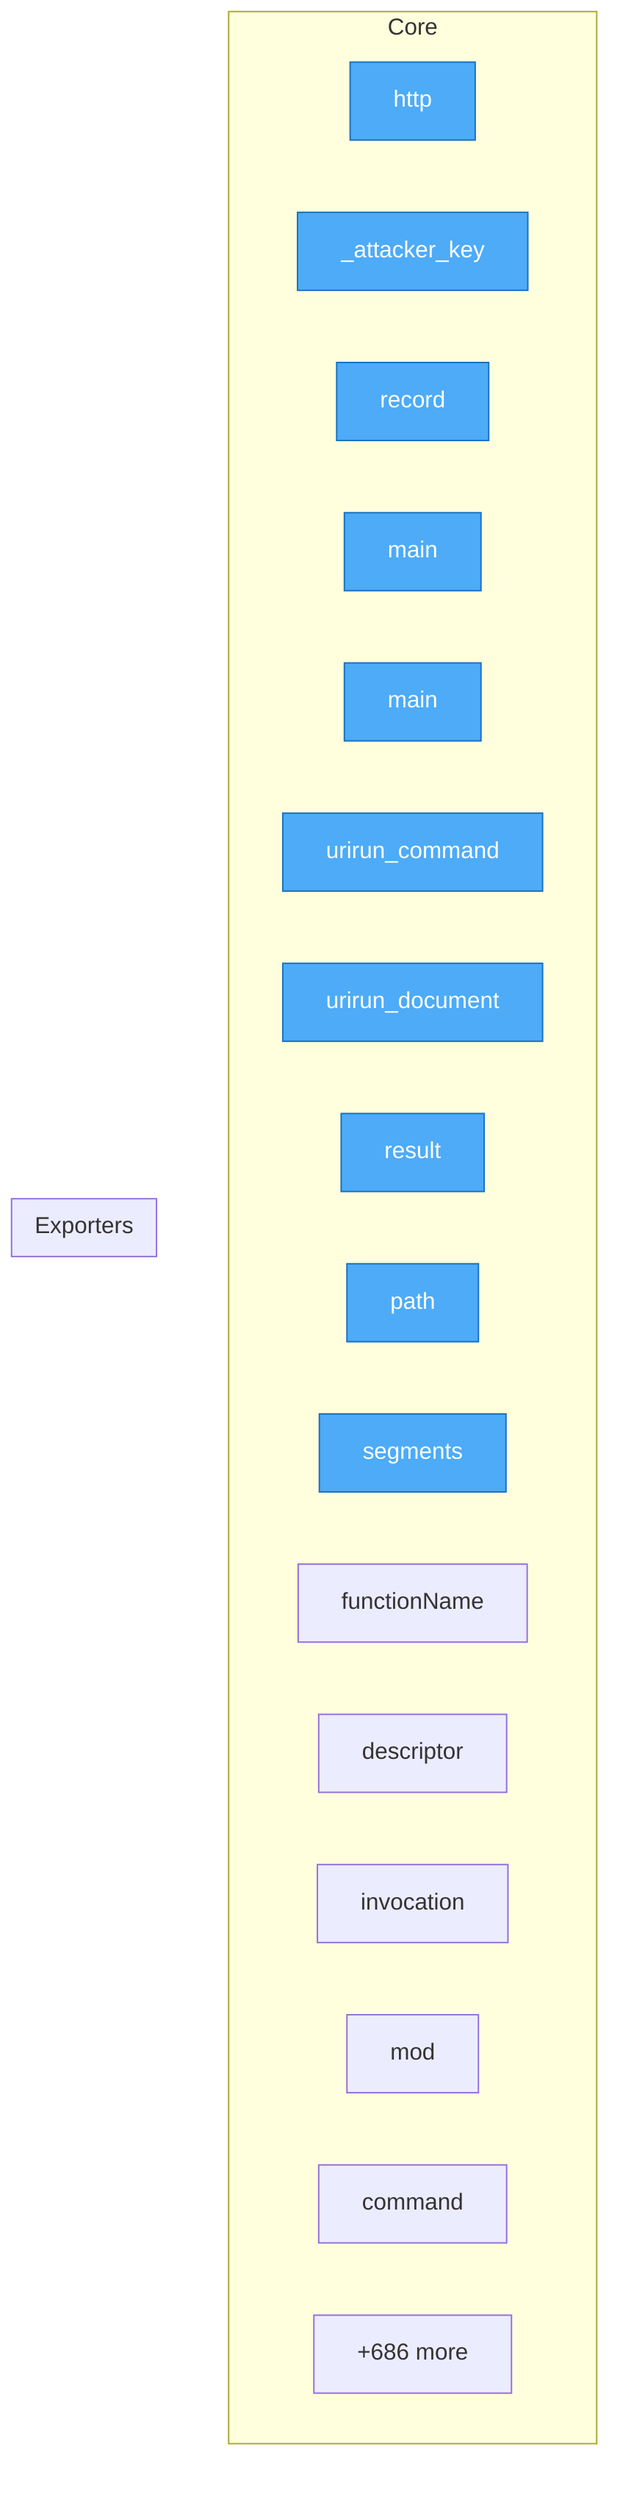
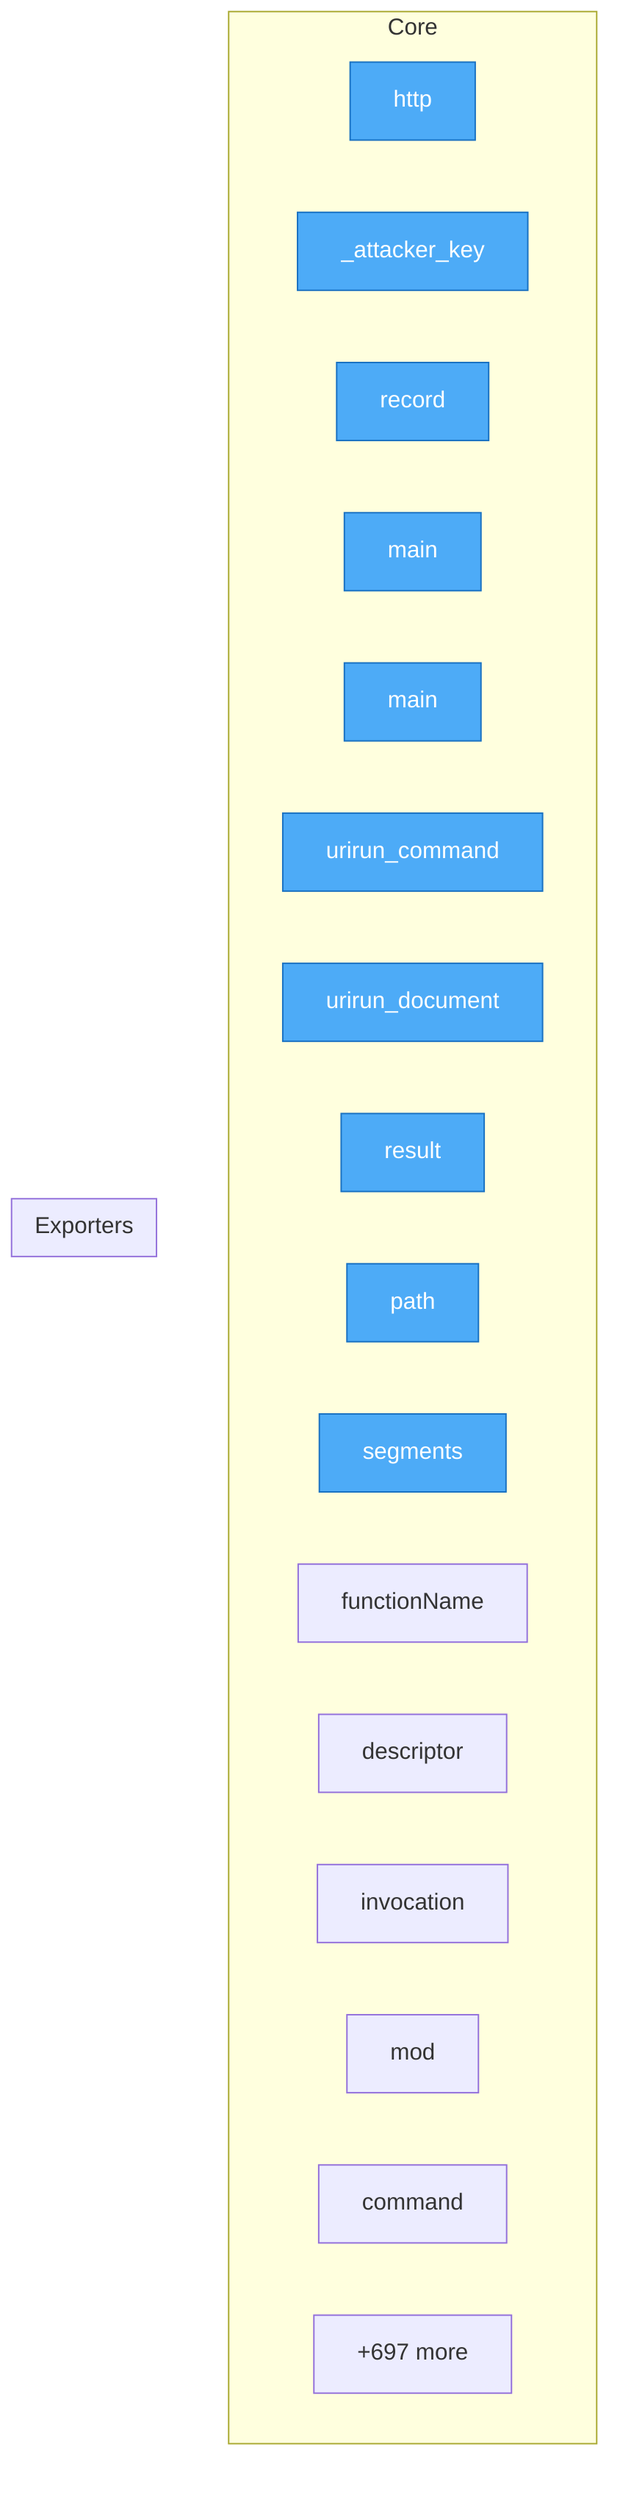
flowchart TD
%% generated in 0.04s

    %% Entry points (blue)
    classDef entry fill:#4dabf7,stroke:#1971c2,color:#fff

    subgraph Core
        security__mesh_probe__probe__http["http"]
        security__mesh_probe__probe___attacker_key["_attacker_key"]
        security__mesh_probe__probe__record["record"]
        adapters__conformance__main["main"]
        adapters__new_connector__main["main"]
        adapters__bash__urirun__urirun_command["urirun_command"]
        adapters__bash__urirun__urirun_document["urirun_document"]
        adapters__js__index__test__result["result"]
        adapters__js__path["path"]
        adapters__js__segments["segments"]
        adapters__js__functionName["functionName"]
        adapters__js__descriptor["descriptor"]
        adapters__js__invocation["invocation"]
        adapters__js__mod["mod"]
        adapters__java__Urirun__Urirun__command["command"]
-         ...["+686 more"]
+         ...["+697 more"]
    end

    subgraph Exporters
    end

    class security__mesh_probe__probe__http,security__mesh_probe__probe___attacker_key,security__mesh_probe__probe__record,adapters__conformance__main,adapters__new_connector__main,adapters__bash__urirun__urirun_command,adapters__bash__urirun__urirun_document,adapters__js__index__test__result,adapters__js__path,adapters__js__segments entry
